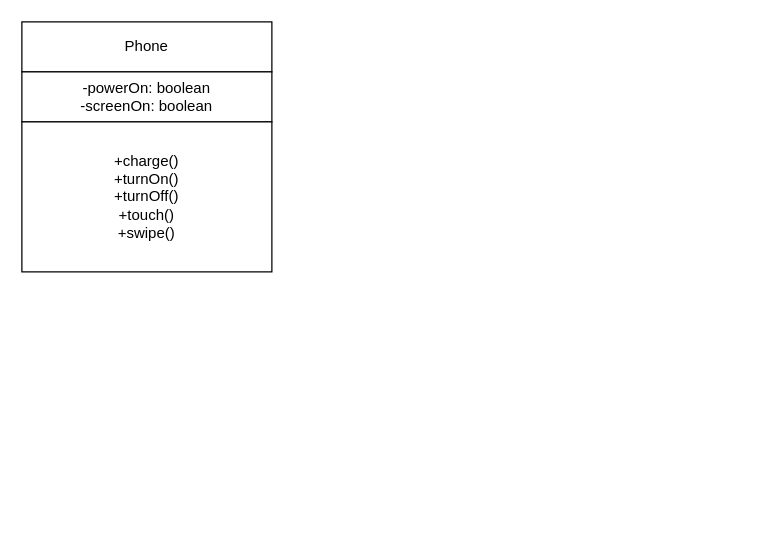
Earlier version of the draw.io diagram 3_behaviour/state/state.drawio (plnnsimon/patterns). Source tidied: cells renumbered, new cells numbered last; positions are measured from the earlier drawing's top-left corner, leaving out a move shared by most shapes. Both pictures are drawn from the tidied source at 125%, with x=0, y=0 at pixel (21, 21).
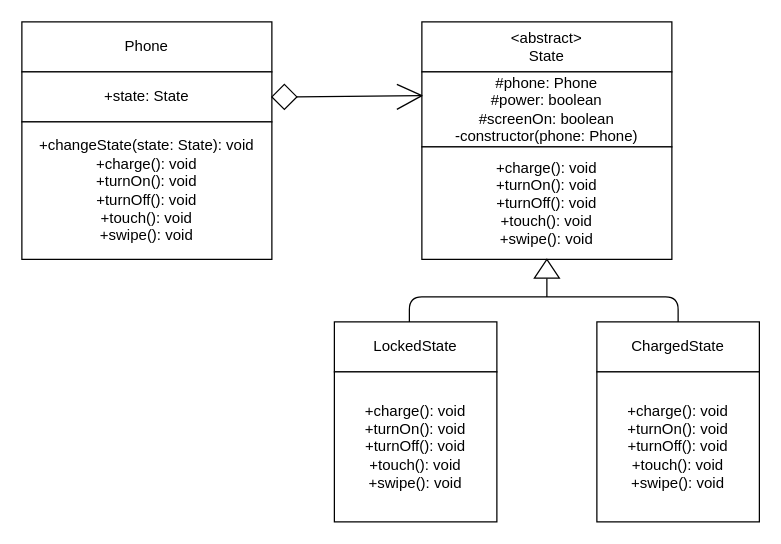
After the change.

Diff of the diagram source:
```diff
@@
-    <mxCell id="3" value="-powerOn: boolean&lt;br&gt;-screenOn: boolean" style="rounded=0;whiteSpace=wrap;html=1;" parent="1" vertex="1">
+    <mxCell id="3" value="+state: State" style="rounded=0;whiteSpace=wrap;html=1;" parent="1" vertex="1">
       <mxGeometry y="40" width="200" height="40" as="geometry" />
     </mxCell>
-    <mxCell id="4" value="+charge()&lt;br&gt;+turnOn()&lt;br&gt;+turnOff()&lt;br&gt;+touch()&lt;br&gt;+swipe()" style="rounded=0;whiteSpace=wrap;html=1;" parent="1" vertex="1">
-      <mxGeometry y="80" width="200" height="120" as="geometry" />
+    <mxCell id="4" value="+changeState(state: State): void&lt;br&gt;+charge(): void&lt;br&gt;+turnOn(): void&lt;br&gt;+turnOff(): void&lt;br&gt;+touch(): void&lt;br&gt;+swipe(): void" style="rounded=0;whiteSpace=wrap;html=1;" parent="1" vertex="1">
+      <mxGeometry y="80" width="200" height="110" as="geometry" />
     </mxCell>
+    <mxCell id="5" value="LockedState" style="rounded=0;whiteSpace=wrap;html=1;" parent="1" vertex="1">
+      <mxGeometry x="250" y="240" width="130" height="40" as="geometry" />
+    </mxCell>
+    <mxCell id="6" value="+charge(): void&lt;br&gt;+turnOn(): void&lt;br&gt;+turnOff(): void&lt;br&gt;+touch(): void&lt;br&gt;+swipe(): void" style="rounded=0;whiteSpace=wrap;html=1;" parent="1" vertex="1">
+      <mxGeometry x="250" y="280" width="130" height="120" as="geometry" />
+    </mxCell>
+    <mxCell id="7" value="&amp;lt;abstract&amp;gt;&lt;br&gt;State" style="rounded=0;whiteSpace=wrap;html=1;" parent="1" vertex="1">
+      <mxGeometry x="320" width="200" height="40" as="geometry" />
+    </mxCell>
+    <mxCell id="8" value="#phone: Phone&lt;br&gt;#power: boolean&lt;br&gt;#screenOn: boolean&lt;br&gt;-constructor(phone: Phone)" style="rounded=0;whiteSpace=wrap;html=1;" parent="1" vertex="1">
+      <mxGeometry x="320" y="40" width="200" height="60" as="geometry" />
+    </mxCell>
+    <mxCell id="9" value="+charge(): void&lt;br&gt;+turnOn(): void&lt;br&gt;+turnOff(): void&lt;br&gt;+touch(): void&lt;br&gt;+swipe(): void" style="rounded=0;whiteSpace=wrap;html=1;" parent="1" vertex="1">
+      <mxGeometry x="320" y="100" width="200" height="90" as="geometry" />
+    </mxCell>
+    <mxCell id="10" value="ChargedState" style="rounded=0;whiteSpace=wrap;html=1;" parent="1" vertex="1">
+      <mxGeometry x="460" y="240" width="130" height="40" as="geometry" />
+    </mxCell>
+    <mxCell id="11" value="+charge(): void&lt;br&gt;+turnOn(): void&lt;br&gt;+turnOff(): void&lt;br&gt;+touch(): void&lt;br&gt;+swipe(): void" style="rounded=0;whiteSpace=wrap;html=1;" parent="1" vertex="1">
+      <mxGeometry x="460" y="280" width="130" height="120" as="geometry" />
+    </mxCell>
+    <mxCell id="12" style="rhombus;whiteSpace=wrap;html=1;" parent="1" vertex="1">
+      <mxGeometry x="200" y="50" width="20" height="20" as="geometry" />
+    </mxCell>
+    <mxCell id="13" style="endArrow=none;html=1;entryX=-0.003;entryY=0.317;entryDx=0;entryDy=0;entryPerimeter=0;" parent="1" edge="1" target="8">
+      <mxGeometry relative="1" as="geometry">
+        <mxPoint x="220" y="60" as="sourcePoint" />
+      </mxGeometry>
+    </mxCell>
+    <mxCell id="14" style="endArrow=none;html=1;entryX=0.002;entryY=0.313;entryDx=0;entryDy=0;entryPerimeter=0;" parent="1" edge="1" target="8">
+      <mxGeometry relative="1" as="geometry">
+        <mxPoint x="300" y="70" as="sourcePoint" />
+      </mxGeometry>
+    </mxCell>
+    <mxCell id="15" style="endArrow=none;html=1;" parent="1" edge="1">
+      <mxGeometry relative="1" as="geometry">
+        <mxPoint x="300" y="50" as="sourcePoint" />
+        <mxPoint x="320" y="59" as="targetPoint" />
+      </mxGeometry>
+    </mxCell>
+    <mxCell id="16" style="endArrow=none;html=1;entryX=0.5;entryY=0;entryDx=0;entryDy=0;" parent="1" edge="1" target="10">
+      <mxGeometry relative="1" as="geometry">
+        <mxPoint x="310" y="240" as="sourcePoint" />
+        <Array as="points">
+          <mxPoint x="310" y="220" />
+          <mxPoint x="525" y="220" />
+        </Array>
+      </mxGeometry>
+    </mxCell>
+    <mxCell id="17" style="endArrow=none;html=1;entryX=0;entryY=0.5;entryDx=0;entryDy=0;" parent="1" edge="1" target="18">
+      <mxGeometry relative="1" as="geometry">
+        <mxPoint x="420" y="220" as="sourcePoint" />
+      </mxGeometry>
+    </mxCell>
+    <mxCell id="18" style="triangle;whiteSpace=wrap;html=1;rotation=-90;" parent="1" vertex="1">
+      <mxGeometry x="412.5" y="187.5" width="15" height="20" as="geometry" />
+    </mxCell>
```
